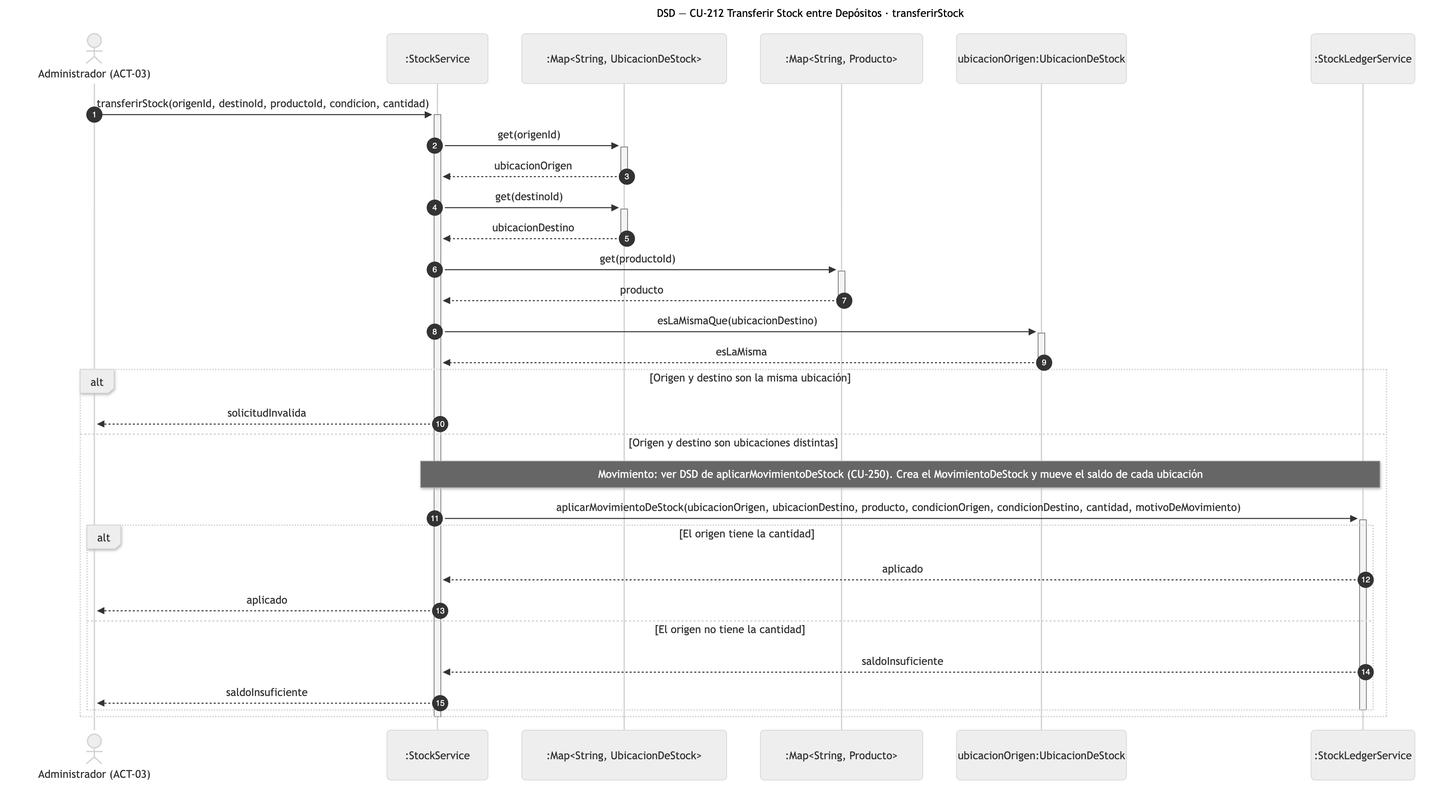
Above: diagramas/png/DSD_CU-212_transferirStock.png in Nahuelito-Dev/splg-docs (Mermaid), before the change. Its source is kept beside it as diagramas/DSD_CU-212_transferirStock.mmd. The source it was exported from:
```mermaid
sequenceDiagram
    title DSD — CU-212 Transferir Stock entre Depósitos · transferirStock
    autonumber
    actor ADM as Administrador (ACT-03)
    participant SRV as :StockService
    participant COL as :Map#lt;String, UbicacionDeStock#gt;
    participant PRS as :Map#lt;String, Producto#gt;
    participant ORI as ubicacionOrigen:UbicacionDeStock
    participant LED as :StockLedgerService

    ADM->>+SRV: transferirStock(origenId, destinoId, productoId, condicion, cantidad)
    SRV->>+COL: get(origenId)
    COL-->>-SRV: ubicacionOrigen
    SRV->>+COL: get(destinoId)
    COL-->>-SRV: ubicacionDestino
    SRV->>+PRS: get(productoId)
    PRS-->>-SRV: producto
    SRV->>+ORI: esLaMismaQue(ubicacionDestino)
    ORI-->>-SRV: esLaMisma
    alt Origen y destino son la misma ubicación
        SRV-->>ADM: solicitudInvalida
    else Origen y destino son ubicaciones distintas
        Note over SRV,LED: Movimiento: ver DSD de aplicarMovimientoDeStock (CU-250). Crea el MovimientoDeStock y mueve el saldo de cada ubicación
        SRV->>+LED: aplicarMovimientoDeStock(ubicacionOrigen, ubicacionDestino, producto, condicionOrigen, condicionDestino, cantidad, motivoDeMovimiento)
        alt El origen tiene la cantidad
            LED-->>SRV: aplicado
            SRV-->>ADM: aplicado
        else El origen no tiene la cantidad
            LED-->>SRV: saldoInsuficiente
            SRV-->>ADM: saldoInsuficiente
        end
        deactivate LED
    end
    deactivate SRV
```
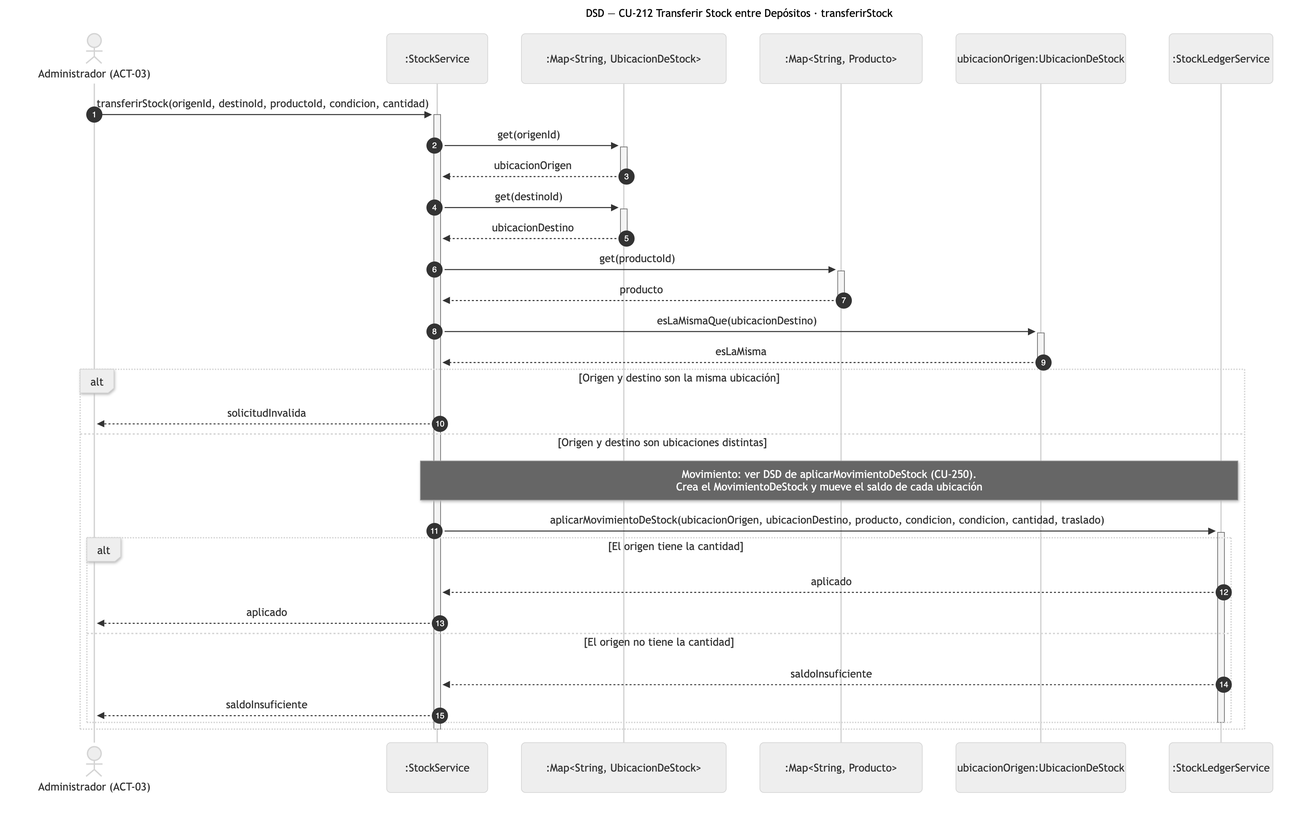
Later version of the same file.

The edit, as a diff of the source:
```diff
@@ -20,8 +20,8 @@
     alt Origen y destino son la misma ubicación
         SRV-->>ADM: solicitudInvalida
     else Origen y destino son ubicaciones distintas
-        Note over SRV,LED: Movimiento: ver DSD de aplicarMovimientoDeStock (CU-250). Crea el MovimientoDeStock y mueve el saldo de cada ubicación
-        SRV->>+LED: aplicarMovimientoDeStock(ubicacionOrigen, ubicacionDestino, producto, condicionOrigen, condicionDestino, cantidad, motivoDeMovimiento)
+        Note over SRV,LED: Movimiento: ver DSD de aplicarMovimientoDeStock (CU-250).<br/>Crea el MovimientoDeStock y mueve el saldo de cada ubicación
+        SRV->>+LED: aplicarMovimientoDeStock(ubicacionOrigen, ubicacionDestino, producto, condicion, condicion, cantidad, traslado)
         alt El origen tiene la cantidad
             LED-->>SRV: aplicado
             SRV-->>ADM: aplicado
```
